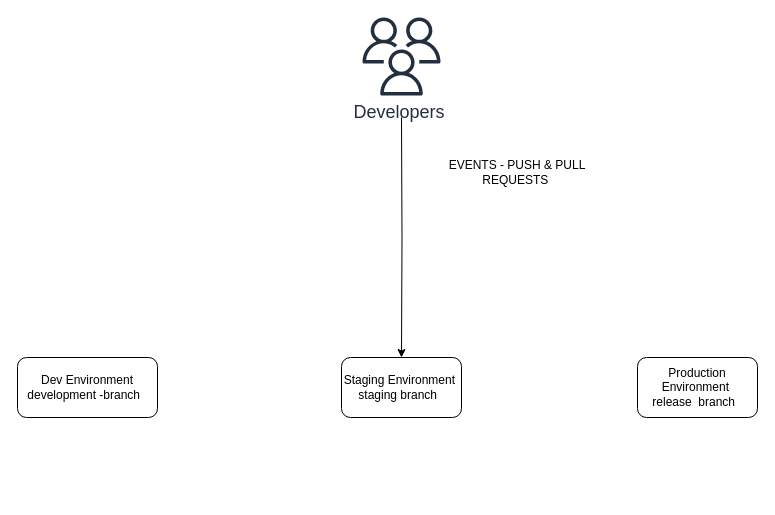
This is icurity.drawio from tyger-rareatom/consulting-architectures, a draw.io file, before an edit. Source tidied: cells renumbered, new cells numbered last; positions are measured from the earlier drawing's top-left corner, leaving out a move shared by most shapes. Both pictures are drawn from the tidied source at 100%, with x=0, y=0 at pixel (17, 17).
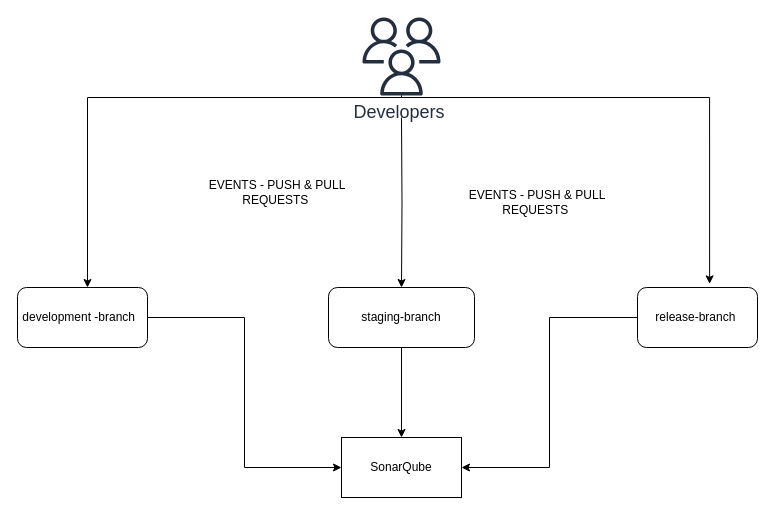
The same page after the edit.

The edit, as a diff of the source:
```diff
@@
 <mxGraphModel>
   <root>
     <mxCell id="0" />
     <mxCell id="1" parent="0" />
+    <mxCell id="8" style="edgeStyle=orthogonalEdgeStyle;rounded=0;jettySize=auto;html=1;" parent="1" edge="1" source="2" target="14">
+      <mxGeometry relative="1" as="geometry" />
+    </mxCell>
-    <mxCell id="2" value="Staging Environment&amp;nbsp;&lt;br&gt;staging branch&amp;nbsp;&amp;nbsp;" style="rounded=1;whiteSpace=wrap;html=1;" parent="1" vertex="1">
-      <mxGeometry x="324" y="340" width="120" height="60" as="geometry" />
+    <mxCell id="2" value="staging-branch" style="rounded=1;whiteSpace=wrap;html=1;" parent="1" vertex="1">
+      <mxGeometry x="311" y="270" width="146" height="60" as="geometry" />
     </mxCell>
     <mxCell id="3" style="edgeStyle=orthogonalEdgeStyle;rounded=0;jettySize=auto;html=1;" parent="1" edge="1" target="2">
       <mxGeometry relative="1" as="geometry">
         <mxPoint x="384" y="100" as="sourcePoint" />
       </mxGeometry>
     </mxCell>
+    <mxCell id="9" style="edgeStyle=orthogonalEdgeStyle;rounded=0;jettySize=auto;html=1;" parent="1" edge="1" source="4" target="6">
+      <mxGeometry relative="1" as="geometry">
+        <Array as="points">
+          <mxPoint x="384" y="80" />
+          <mxPoint x="70" y="80" />
+        </Array>
+      </mxGeometry>
+    </mxCell>
+    <mxCell id="10" style="edgeStyle=orthogonalEdgeStyle;rounded=0;jettySize=auto;html=1;entryX=0.601;entryY=-0.061;entryDx=0;entryDy=0;entryPerimeter=0;" parent="1" edge="1" source="4" target="7">
+      <mxGeometry relative="1" as="geometry">
+        <Array as="points">
+          <mxPoint x="384" y="80" />
+          <mxPoint x="692" y="80" />
+        </Array>
+      </mxGeometry>
+    </mxCell>
     <mxCell id="4" value="&lt;font style=&quot;font-size: 18px&quot;&gt;Developers&amp;nbsp;&lt;/font&gt;" style="outlineConnect=0;fontColor=#232F3E;gradientColor=none;fillColor=#232F3E;strokeColor=none;dashed=0;verticalLabelPosition=bottom;verticalAlign=top;align=center;html=1;fontSize=12;fontStyle=0;shape=mxgraph.aws4.users;" parent="1" vertex="1">
       <mxGeometry x="345" width="78" height="78" as="geometry" />
     </mxCell>
     <mxCell id="5" value="EVENTS - PUSH &amp;amp; PULL REQUESTS&amp;nbsp;" style="text;html=1;strokeColor=none;fillColor=none;align=center;verticalAlign=middle;whiteSpace=wrap;rounded=0;" parent="1" vertex="1">
-      <mxGeometry x="400" y="130" width="200" height="50" as="geometry" />
+      <mxGeometry x="160" y="150" width="200" height="50" as="geometry" />
     </mxCell>
+    <mxCell id="11" style="edgeStyle=orthogonalEdgeStyle;rounded=0;jettySize=auto;html=1;entryX=0;entryY=0.5;entryDx=0;entryDy=0;" parent="1" edge="1" source="6" target="14">
+      <mxGeometry relative="1" as="geometry" />
+    </mxCell>
-    <mxCell id="6" value="Dev Environment&lt;br&gt;development -branch&amp;nbsp;&amp;nbsp;" style="rounded=1;whiteSpace=wrap;html=1;" parent="1" vertex="1">
-      <mxGeometry y="340" width="140" height="60" as="geometry" />
+    <mxCell id="6" value="development -branch&amp;nbsp;&amp;nbsp;" style="rounded=1;whiteSpace=wrap;html=1;" parent="1" vertex="1">
+      <mxGeometry y="270" width="130" height="60" as="geometry" />
     </mxCell>
+    <mxCell id="12" style="edgeStyle=orthogonalEdgeStyle;rounded=0;jettySize=auto;html=1;entryX=1;entryY=0.5;entryDx=0;entryDy=0;" parent="1" edge="1" source="7" target="14">
+      <mxGeometry relative="1" as="geometry" />
+    </mxCell>
-    <mxCell id="7" value="Production Environment&amp;nbsp;&lt;br&gt;release&amp;nbsp; branch&amp;nbsp;&amp;nbsp;" style="rounded=1;whiteSpace=wrap;html=1;" parent="1" vertex="1">
-      <mxGeometry x="620" y="340" width="120" height="60" as="geometry" />
+    <mxCell id="7" value="release-branch&amp;nbsp;" style="rounded=1;whiteSpace=wrap;html=1;" parent="1" vertex="1">
+      <mxGeometry x="620" y="270" width="120" height="60" as="geometry" />
     </mxCell>
+    <mxCell id="13" value="EVENTS - PUSH &amp;amp; PULL REQUESTS&amp;nbsp;" style="text;html=1;strokeColor=none;fillColor=none;align=center;verticalAlign=middle;whiteSpace=wrap;rounded=0;" parent="1" vertex="1">
+      <mxGeometry x="420" y="160" width="200" height="50" as="geometry" />
+    </mxCell>
+    <mxCell id="14" value="SonarQube" style="rounded=0;whiteSpace=wrap;html=1;" parent="1" vertex="1">
+      <mxGeometry x="324" y="420" width="120" height="60" as="geometry" />
+    </mxCell>
   </root>
 </mxGraphModel>
```
